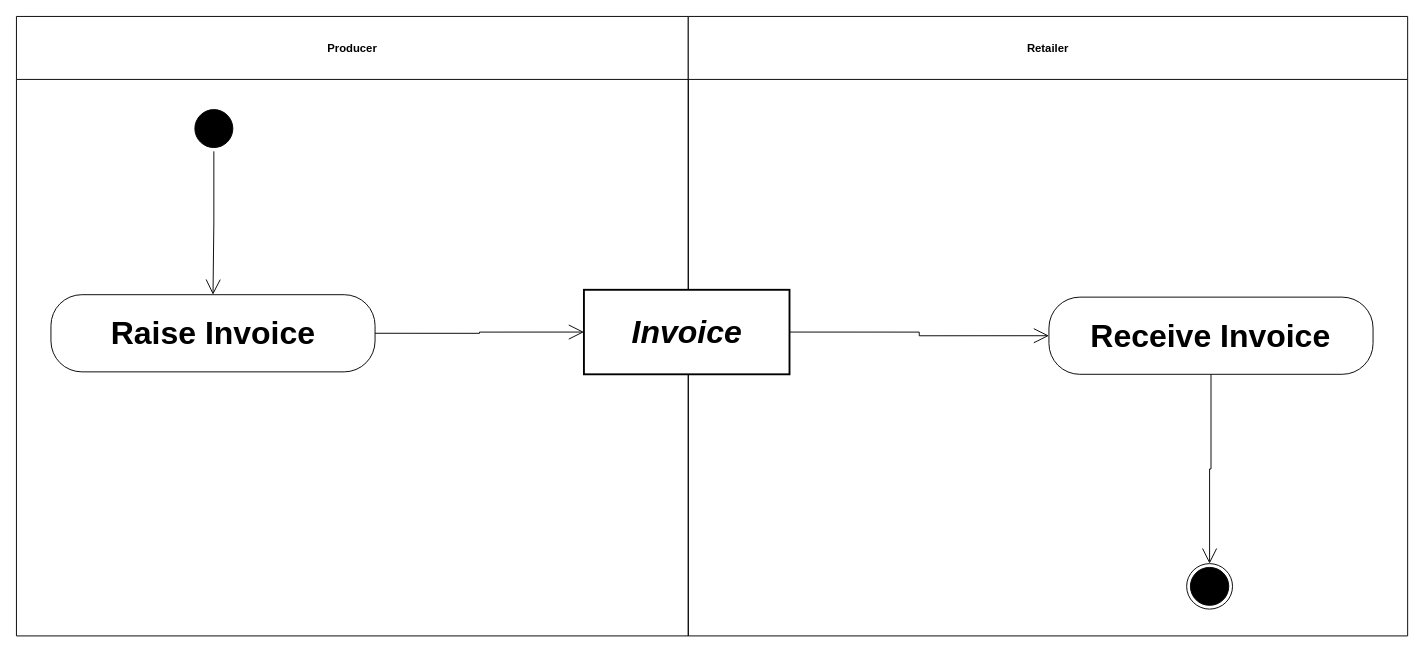
This is examples/UBL-2.2-VMI-Invoicing/UBL-2.2-VMI-Invoicing.drawio from kduvekot/ubl-work-on-svg-images, a draw.io file, before an edit. Source tidied: cells renumbered, new cells numbered last; positions are measured from the earlier drawing's top-left corner, leaving out a move shared by most shapes. Both pictures are drawn from the tidied source at 94%, with x=0, y=0 at pixel (16, 16).
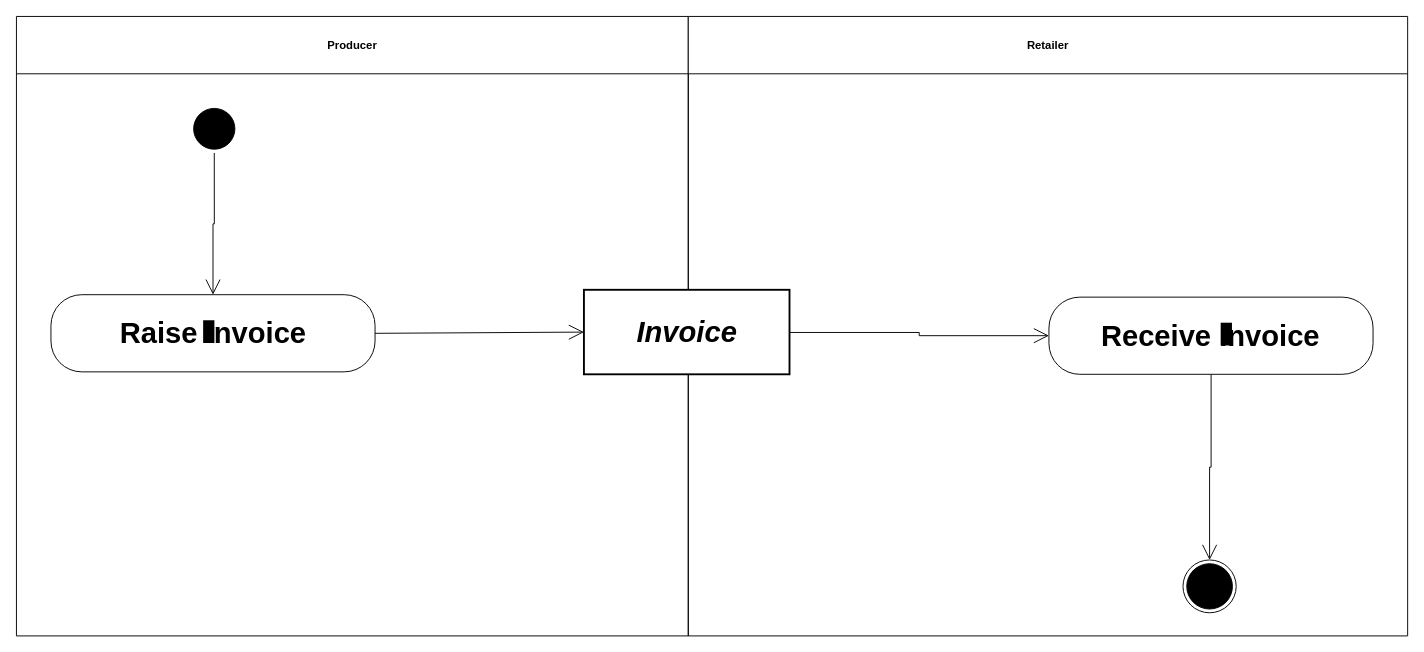
After the change.

The edit, as a diff of the source:
```diff
@@
 <mxGraphModel>
   <root>
     <mxCell id="0" />
     <mxCell id="1" parent="0" />
-    <mxCell id="2" value="Producer" style="swimlane;whiteSpace=wrap;html=1;startSize=67;" parent="1" vertex="1">
+    <mxCell id="2" value="Producer" style="swimlane;whiteSpace=wrap;html=1;startSize=61;" parent="1" vertex="1">
       <mxGeometry width="714.7" height="659" as="geometry" />
     </mxCell>
-    <mxCell id="3" value="Retailer" style="swimlane;whiteSpace=wrap;html=1;startSize=67;" parent="1" vertex="1">
+    <mxCell id="3" value="Retailer" style="swimlane;whiteSpace=wrap;html=1;startSize=61;" parent="1" vertex="1">
       <mxGeometry x="714.7" width="765.3" height="659" as="geometry" />
     </mxCell>
-    <mxCell id="4" value="Invoice" style="rounded=0;whiteSpace=wrap;html=1;fontStyle=3;strokeWidth=2;fontFamily=Helvetica;fontSize=34;" parent="1" vertex="1">
-      <mxGeometry x="603.7" y="290.8" width="218.7" height="89.9" as="geometry" />
+    <mxCell id="4" style="ellipse;html=1;shape=startState;fillColor=#000000;strokeColor=#000000;fontFamily=Helvetica;fontSize=31;" parent="1" vertex="1">
+      <mxGeometry x="184.5" y="93.8" width="51.9" height="51.4" as="geometry" />
     </mxCell>
-    <mxCell id="5" value="Raise Invoice" style="rounded=1;arcSize=40;whiteSpace=wrap;html=1;fontStyle=1;fontFamily=Helvetica;fontSize=34;" parent="1" vertex="1">
-      <mxGeometry x="36.7" y="296" width="344.8" height="82.1" as="geometry" />
+    <mxCell id="5" value="Invoice" style="rounded=0;whiteSpace=wrap;html=1;fontStyle=3;strokeWidth=2;fontFamily=Helvetica;fontSize=31;" parent="1" vertex="1">
+      <mxGeometry x="603.7" y="290.8" width="218.7" height="89.9" as="geometry" />
     </mxCell>
-    <mxCell id="6" value="Receive Invoice" style="rounded=1;arcSize=40;whiteSpace=wrap;html=1;fontStyle=1;fontFamily=Helvetica;fontSize=34;" parent="1" vertex="1">
-      <mxGeometry x="1098.4" y="298.6" width="344.8" height="82.1" as="geometry" />
+    <mxCell id="6" value="Raise Invoice" style="rounded=1;arcSize=40;whiteSpace=wrap;html=1;fontStyle=1;fontFamily=Helvetica;fontSize=31;" parent="1" vertex="1">
+      <mxGeometry x="36.7" y="296" width="344.8" height="82.1" as="geometry" />
     </mxCell>
-    <mxCell id="7" style="ellipse;html=1;shape=endState;fillColor=#000000;strokeColor=#000000;fontFamily=Helvetica;fontSize=34;" parent="1" vertex="1">
-      <mxGeometry x="1244.9" y="582.1" width="48.8" height="48.4" as="geometry" />
+    <mxCell id="7" value="Receive Invoice" style="rounded=1;arcSize=40;whiteSpace=wrap;html=1;fontStyle=1;fontFamily=Helvetica;fontSize=31;" parent="1" vertex="1">
+      <mxGeometry x="1098.4" y="298.6" width="344.8" height="82.1" as="geometry" />
     </mxCell>
-    <mxCell id="8" style="ellipse;html=1;shape=startState;fillColor=#000000;strokeColor=#000000;fontFamily=Helvetica;fontSize=34;" parent="1" vertex="1">
-      <mxGeometry x="185.8" y="95.1" width="48.4" height="48.4" as="geometry" />
-    </mxCell>
+    <mxCell id="13" style="html=1;shape=line;direction=north;strokeWidth=12;fontFamily=Helvetica;fontSize=31;" parent="1" vertex="1">
+      <mxGeometry x="202.2" y="323.2" width="4.8" height="24.2" as="geometry" />
+    </mxCell>
+    <mxCell id="14" style="html=1;shape=line;direction=north;strokeWidth=12;fontFamily=Helvetica;fontSize=31;" parent="1" vertex="1">
+      <mxGeometry x="1284.7" y="325.8" width="4.8" height="24.2" as="geometry" />
+    </mxCell>
+    <mxCell id="15" style="ellipse;html=1;shape=endState;fillColor=#000000;strokeColor=#000000;fontFamily=Helvetica;fontSize=31;" parent="1" vertex="1">
+      <mxGeometry x="1241" y="578.2" width="56.6" height="56.2" as="geometry" />
+    </mxCell>
-    <mxCell id="9" style="edgeStyle=orthogonalEdgeStyle;rounded=0;html=1;endArrow=open;endFill=0;endSize=14;exitX=0.5;exitY=1;entryX=0.5;entryY=0;" parent="1" edge="1" source="8" target="5">
+    <mxCell id="9" style="edgeStyle=orthogonalEdgeStyle;rounded=0;html=1;endArrow=open;endFill=0;endSize=14;exitX=0.4913;exitY=1.0;entryX=0.5;entryY=0.0;" parent="1" edge="1" source="4" target="6">
       <mxGeometry relative="1" as="geometry" />
     </mxCell>
-    <mxCell id="10" style="edgeStyle=orthogonalEdgeStyle;rounded=0;html=1;endArrow=open;endFill=0;endSize=14;exitX=1;exitY=0.5;entryX=0;entryY=0.5;" parent="1" edge="1" source="5" target="4">
+    <mxCell id="10" style="edgeStyle=none;rounded=0;html=1;endArrow=open;endFill=0;endSize=14;exitX=1.0;exitY=0.5006;entryX=0.0;entryY=0.5006;" parent="1" edge="1" source="6" target="5">
       <mxGeometry relative="1" as="geometry" />
     </mxCell>
-    <mxCell id="11" style="edgeStyle=orthogonalEdgeStyle;rounded=0;html=1;endArrow=open;endFill=0;endSize=14;exitX=1;exitY=0.5;entryX=0;entryY=0.5;" parent="1" edge="1" source="4" target="6">
+    <mxCell id="11" style="edgeStyle=orthogonalEdgeStyle;rounded=0;html=1;endArrow=open;endFill=0;endSize=14;exitX=1.0;exitY=0.505;entryX=0.0;entryY=0.4994;" parent="1" edge="1" source="5" target="7">
       <mxGeometry relative="1" as="geometry" />
     </mxCell>
-    <mxCell id="12" style="edgeStyle=orthogonalEdgeStyle;rounded=0;html=1;endArrow=open;endFill=0;endSize=14;exitX=0.5;exitY=1;entryX=0.5;entryY=0;" parent="1" edge="1" source="6" target="7">
+    <mxCell id="12" style="edgeStyle=orthogonalEdgeStyle;rounded=0;html=1;endArrow=open;endFill=0;endSize=14;exitX=0.5003;exitY=1.0;entryX=0.4965;entryY=0.0;" parent="1" edge="1" source="7" target="15">
       <mxGeometry relative="1" as="geometry" />
     </mxCell>
   </root>
 </mxGraphModel>
```
